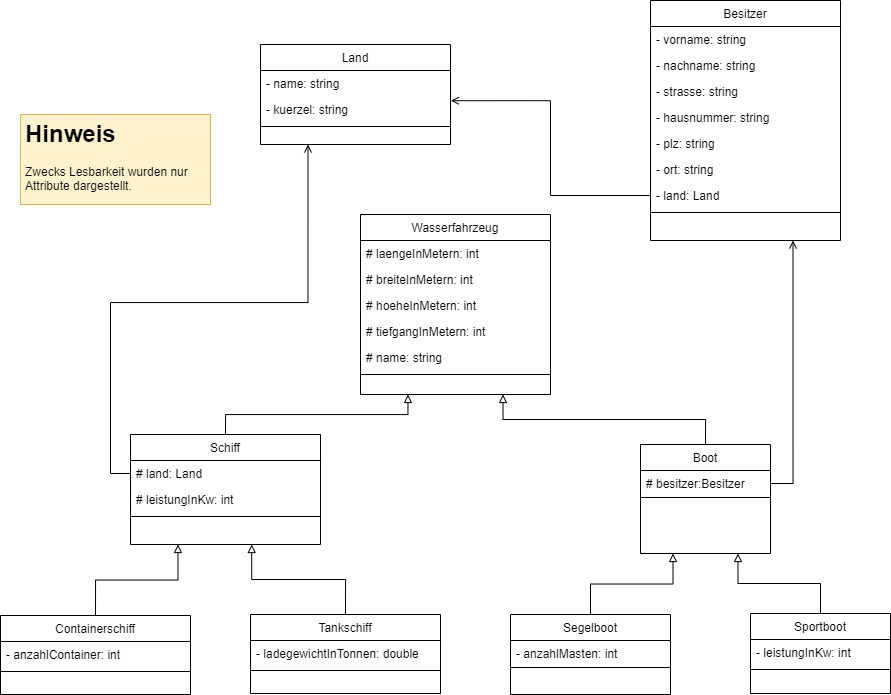
The draw.io diagram UML-SchiffeUndBoote.drawio.png in gsoTH/iaf_SchiffeUndBoote, before a commit. Source tidied: cells renumbered, new cells last; positions are measured from the earlier drawing's top-left corner, leaving out a move shared by most shapes.
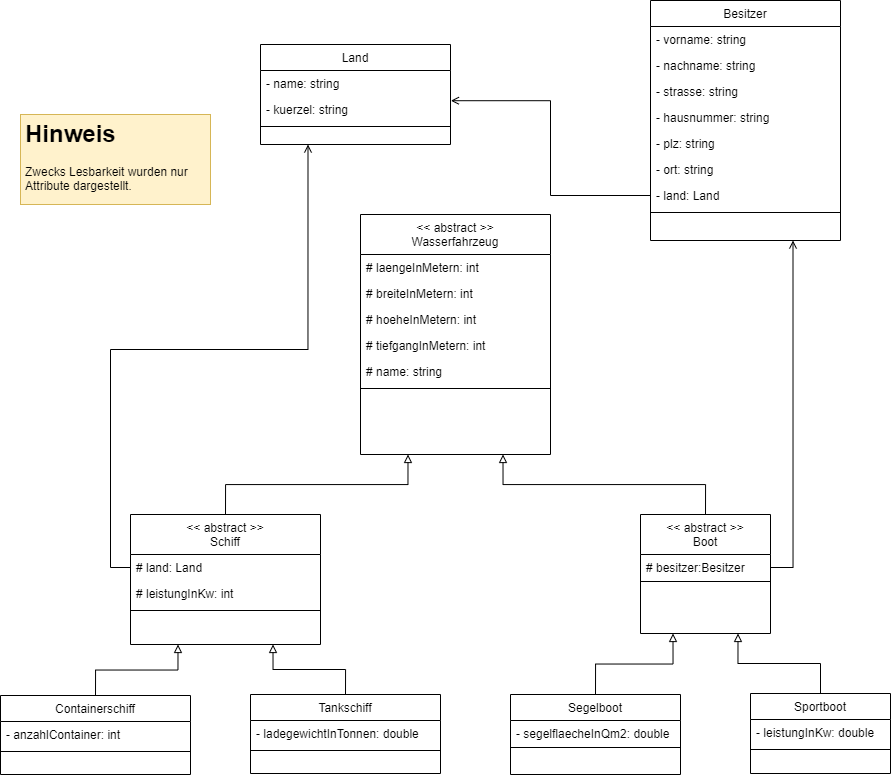
The same diagram one commit later.

Change to the diagram source:
```diff
@@ -3,7 +3,7 @@
     <mxCell id="0" />
     <mxCell id="1" parent="0" />
     <mxCell id="2" value="Tankschiff" style="swimlane;fontStyle=0;align=center;verticalAlign=top;horizontal=1;startSize=26;shadow=0;strokeWidth=1;" parent="1" vertex="1">
-      <mxGeometry x="250" y="614" width="190" height="79" as="geometry" />
+      <mxGeometry x="250" y="694" width="190" height="79" as="geometry" />
     </mxCell>
     <mxCell id="3" value="- ladegewichtInTonnen: double" style="text;align=left;verticalAlign=top;spacingLeft=4;spacingRight=4;overflow=hidden;shadow=0;html=0;" parent="2" vertex="1">
       <mxGeometry y="26" width="190" height="26" as="geometry" />
@@ -15,7 +15,7 @@
       <mxGeometry relative="1" as="geometry" />
     </mxCell>
     <mxCell id="6" value="Containerschiff" style="swimlane;fontStyle=0;align=center;verticalAlign=top;horizontal=1;startSize=26;shadow=0;strokeWidth=1;" parent="1" vertex="1">
-      <mxGeometry y="615" width="190" height="79" as="geometry" />
+      <mxGeometry y="695" width="190" height="79" as="geometry" />
     </mxCell>
     <mxCell id="7" value="- anzahlContainer: int" style="text;align=left;verticalAlign=top;spacingLeft=4;spacingRight=4;overflow=hidden;shadow=0;html=0;" parent="6" vertex="1">
       <mxGeometry y="26" width="190" height="26" as="geometry" />
@@ -26,19 +26,19 @@
     <mxCell id="9" style="edgeStyle=orthogonalEdgeStyle;jettySize=auto;html=1;exitX=1;exitY=0.5;exitDx=0;exitDy=0;entryX=0.75;entryY=1;entryDx=0;entryDy=0;endArrow=open;endFill=0;rounded=0;" parent="1" edge="1" source="11" target="20">
       <mxGeometry relative="1" as="geometry" />
     </mxCell>
-    <mxCell id="10" value="Boot" style="swimlane;fontStyle=0;align=center;verticalAlign=top;horizontal=1;startSize=26;shadow=0;strokeWidth=1;" parent="1" vertex="1">
-      <mxGeometry x="640" y="444" width="130" height="109" as="geometry" />
+    <mxCell id="10" value="&lt;&lt; abstract &gt;&gt;&#10;Boot" style="swimlane;fontStyle=0;align=center;verticalAlign=top;horizontal=1;startSize=40;shadow=0;strokeWidth=1;" parent="1" vertex="1">
+      <mxGeometry x="640" y="514" width="130" height="119" as="geometry" />
     </mxCell>
     <mxCell id="11" value="# besitzer:Besitzer" style="text;align=left;verticalAlign=top;spacingLeft=4;spacingRight=4;overflow=hidden;points=[[0,0.5],[1,0.5]];portConstraint=eastwest;shadow=0;html=0;" parent="10" vertex="1">
-      <mxGeometry y="26" width="130" height="26" as="geometry" />
+      <mxGeometry y="40" width="130" height="26" as="geometry" />
     </mxCell>
     <mxCell id="12" style="line;html=1;strokeWidth=1;align=left;verticalAlign=middle;spacingTop=-1;spacingLeft=3;spacingRight=3;labelPosition=right;" parent="10" vertex="1">
-      <mxGeometry y="52" width="130" height="2" as="geometry" />
+      <mxGeometry y="66" width="130" height="2" as="geometry" />
     </mxCell>
     <mxCell id="13" value="Sportboot" style="swimlane;fontStyle=0;align=center;verticalAlign=top;horizontal=1;startSize=26;shadow=0;strokeWidth=1;" parent="1" vertex="1">
-      <mxGeometry x="750" y="613" width="140" height="80" as="geometry" />
+      <mxGeometry x="750" y="693" width="140" height="80" as="geometry" />
     </mxCell>
-    <mxCell id="14" value="- leistungInKw: int" style="text;align=left;verticalAlign=top;spacingLeft=4;spacingRight=4;overflow=hidden;shadow=0;html=0;" parent="13" vertex="1">
+    <mxCell id="14" value="- leistungInKw: double" style="text;align=left;verticalAlign=top;spacingLeft=4;spacingRight=4;overflow=hidden;shadow=0;html=0;" parent="13" vertex="1">
       <mxGeometry y="26" width="140" height="26" as="geometry" />
     </mxCell>
     <mxCell id="15" style="line;html=1;strokeWidth=1;align=left;verticalAlign=middle;spacingTop=-1;spacingLeft=3;spacingRight=3;labelPosition=right;" parent="13" vertex="1">
@@ -89,47 +89,47 @@
     <mxCell id="30" value="&lt;h1&gt;Hinweis&lt;/h1&gt;&lt;p&gt;Zwecks Lesbarkeit wurden nur Attribute dargestellt.&amp;nbsp;&lt;/p&gt;&lt;p&gt;Jede Klasse enthält Konstruktoren und u jedem Attribut existieren Eigenschaften {get;set;}.&lt;br&gt;&lt;/p&gt;" style="text;html=1;strokeColor=#d6b656;fillColor=#fff2cc;spacing=5;spacingTop=-20;whiteSpace=wrap;overflow=hidden;rounded=0;fillStyle=auto;" parent="1" vertex="1">
       <mxGeometry x="20" y="114" width="190" height="90" as="geometry" />
     </mxCell>
-    <mxCell id="31" value="Schiff" style="swimlane;fontStyle=0;align=center;verticalAlign=top;horizontal=1;startSize=26;shadow=0;strokeWidth=1;" parent="1" vertex="1">
-      <mxGeometry x="130" y="434" width="190" height="110" as="geometry" />
+    <mxCell id="31" value="&lt;&lt; abstract &gt;&gt;&#10;Schiff" style="swimlane;fontStyle=0;align=center;verticalAlign=top;horizontal=1;startSize=40;shadow=0;strokeWidth=1;" parent="1" vertex="1">
+      <mxGeometry x="130" y="514" width="190" height="130" as="geometry" />
     </mxCell>
     <mxCell id="32" value="# land: Land" style="text;align=left;verticalAlign=top;spacingLeft=4;spacingRight=4;overflow=hidden;points=[[0,0.5],[1,0.5]];portConstraint=eastwest;shadow=0;html=0;" parent="31" vertex="1">
-      <mxGeometry y="26" width="190" height="26" as="geometry" />
+      <mxGeometry y="40" width="190" height="26" as="geometry" />
     </mxCell>
     <mxCell id="33" value="# leistungInKw: int" style="text;align=left;verticalAlign=top;spacingLeft=4;spacingRight=4;overflow=hidden;shadow=0;html=0;" parent="31" vertex="1">
-      <mxGeometry y="52" width="190" height="26" as="geometry" />
+      <mxGeometry y="66" width="190" height="26" as="geometry" />
     </mxCell>
     <mxCell id="34" style="line;html=1;strokeWidth=1;align=left;verticalAlign=middle;spacingTop=-1;spacingLeft=3;spacingRight=3;labelPosition=right;" parent="31" vertex="1">
-      <mxGeometry y="78" width="190" height="8" as="geometry" />
+      <mxGeometry y="92" width="190" height="8" as="geometry" />
     </mxCell>
-    <mxCell id="35" value="Wasserfahrzeug" style="swimlane;fontStyle=0;align=center;verticalAlign=top;horizontal=1;startSize=26;shadow=0;strokeWidth=1;" parent="1" vertex="1">
-      <mxGeometry x="360" y="214" width="190" height="180" as="geometry" />
+    <mxCell id="35" value="&lt;&lt; abstract &gt;&gt;&#10;Wasserfahrzeug" style="swimlane;fontStyle=0;align=center;verticalAlign=top;horizontal=1;startSize=40;shadow=0;strokeWidth=1;" parent="1" vertex="1">
+      <mxGeometry x="360" y="214" width="190" height="240" as="geometry" />
     </mxCell>
     <mxCell id="36" value="# laengeInMetern: int" style="text;align=left;verticalAlign=top;spacingLeft=4;spacingRight=4;overflow=hidden;shadow=0;html=0;" parent="35" vertex="1">
-      <mxGeometry y="26" width="190" height="26" as="geometry" />
+      <mxGeometry y="40" width="190" height="26" as="geometry" />
     </mxCell>
     <mxCell id="37" value="# breiteInMetern: int" style="text;align=left;verticalAlign=top;spacingLeft=4;spacingRight=4;overflow=hidden;shadow=0;html=0;" parent="35" vertex="1">
-      <mxGeometry y="52" width="190" height="26" as="geometry" />
+      <mxGeometry y="66" width="190" height="26" as="geometry" />
     </mxCell>
     <mxCell id="38" value="# hoeheInMetern: int" style="text;align=left;verticalAlign=top;spacingLeft=4;spacingRight=4;overflow=hidden;shadow=0;html=0;" parent="35" vertex="1">
-      <mxGeometry y="78" width="190" height="26" as="geometry" />
+      <mxGeometry y="92" width="190" height="26" as="geometry" />
     </mxCell>
     <mxCell id="39" value="# tiefgangInMetern: int" style="text;align=left;verticalAlign=top;spacingLeft=4;spacingRight=4;overflow=hidden;shadow=0;html=0;" parent="35" vertex="1">
-      <mxGeometry y="104" width="190" height="26" as="geometry" />
+      <mxGeometry y="118" width="190" height="26" as="geometry" />
     </mxCell>
     <mxCell id="40" value="# name: string" style="text;align=left;verticalAlign=top;spacingLeft=4;spacingRight=4;overflow=hidden;" parent="35" vertex="1">
-      <mxGeometry y="130" width="190" height="26" as="geometry" />
+      <mxGeometry y="144" width="190" height="26" as="geometry" />
     </mxCell>
     <mxCell id="41" style="line;html=1;strokeWidth=1;align=left;verticalAlign=middle;spacingTop=-1;spacingLeft=3;spacingRight=3;labelPosition=right;" parent="35" vertex="1">
-      <mxGeometry y="156" width="190" height="8" as="geometry" />
+      <mxGeometry y="170" width="190" height="8" as="geometry" />
     </mxCell>
     <mxCell id="42" value="Segelboot" style="swimlane;fontStyle=0;align=center;verticalAlign=top;horizontal=1;startSize=26;shadow=0;strokeWidth=1;" parent="1" vertex="1">
-      <mxGeometry x="510" y="614" width="160" height="80" as="geometry" />
+      <mxGeometry x="510" y="694" width="170" height="80" as="geometry" />
     </mxCell>
-    <mxCell id="43" value="- anzahlMasten: int" style="text;align=left;verticalAlign=top;spacingLeft=4;spacingRight=4;overflow=hidden;shadow=0;html=0;" parent="42" vertex="1">
-      <mxGeometry y="26" width="160" height="26" as="geometry" />
+    <mxCell id="43" value="- segelflaecheInQm2: double" style="text;align=left;verticalAlign=top;spacingLeft=4;spacingRight=4;overflow=hidden;shadow=0;html=0;" parent="42" vertex="1">
+      <mxGeometry y="26" width="170" height="26" as="geometry" />
     </mxCell>
     <mxCell id="44" style="line;html=1;strokeWidth=1;align=left;verticalAlign=middle;spacingTop=-1;spacingLeft=3;spacingRight=3;labelPosition=right;" parent="42" vertex="1">
-      <mxGeometry y="52" width="160" height="2" as="geometry" />
+      <mxGeometry y="52" width="170" height="2" as="geometry" />
     </mxCell>
     <mxCell id="45" style="endArrow=block;html=1;rounded=0;exitX=0.5;exitY=0;exitDx=0;exitDy=0;entryX=0.75;entryY=1;entryDx=0;entryDy=0;endFill=0;edgeStyle=orthogonalEdgeStyle;" parent="1" edge="1" source="10" target="35">
       <mxGeometry relative="1" as="geometry" />
@@ -140,10 +140,8 @@
     <mxCell id="47" style="endArrow=block;html=1;rounded=0;exitX=0.5;exitY=0;exitDx=0;exitDy=0;entryX=0.25;entryY=1;entryDx=0;entryDy=0;endFill=0;edgeStyle=orthogonalEdgeStyle;" parent="1" edge="1" source="6" target="31">
       <mxGeometry relative="1" as="geometry" />
     </mxCell>
-    <mxCell id="48" style="endArrow=block;html=1;rounded=0;exitX=0.5;exitY=0;exitDx=0;exitDy=0;entryX=0.25;entryY=1;entryDx=0;entryDy=0;endFill=0;edgeStyle=orthogonalEdgeStyle;" parent="1" edge="1" source="2">
-      <mxGeometry relative="1" as="geometry">
-        <mxPoint x="251.2" y="544" as="targetPoint" />
-      </mxGeometry>
+    <mxCell id="48" style="endArrow=block;html=1;rounded=0;exitX=0.5;exitY=0;exitDx=0;exitDy=0;endFill=0;edgeStyle=orthogonalEdgeStyle;entryX=0.75;entryY=1;entryDx=0;entryDy=0;" parent="1" edge="1" source="2" target="31">
+      <mxGeometry relative="1" as="geometry" />
     </mxCell>
     <mxCell id="49" style="endArrow=block;html=1;rounded=0;exitX=0.5;exitY=0;exitDx=0;exitDy=0;entryX=0.25;entryY=1;entryDx=0;entryDy=0;endFill=0;edgeStyle=orthogonalEdgeStyle;" parent="1" edge="1" source="42" target="10">
       <mxGeometry relative="1" as="geometry" />
```
